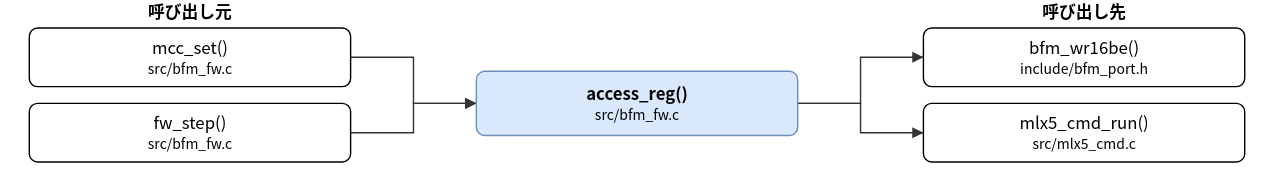
Before: doc/spec/images/call_src_bfm_fw-access_reg.drawio.svg, a diagram exported from draw.io (hf355051012-ai/bfmem). Source tidied: cells renumbered, new cells last; positions are measured from the earlier drawing's top-left corner, leaving out a move shared by most shapes. Its diagram source:
```xml
<mxGraphModel>
  <root>
    <mxCell id="0" />
    <mxCell id="1" parent="0" />
    <mxCell id="2" value="access_reg()&lt;br&gt;&lt;font style=&quot;font-size:10px&quot;&gt;src/bfm_fw.c&lt;/font&gt;" style="rounded=1;whiteSpace=wrap;html=1;fillColor=#dae8fc;strokeColor=#6c8ebf;fontStyle=1;" parent="1" vertex="1">
      <mxGeometry x="320" y="51" width="230" height="46" as="geometry" />
    </mxCell>
    <mxCell id="3" value="mcc_set()&lt;br&gt;&lt;font style=&quot;font-size:10px&quot;&gt;src/bfm_fw.c&lt;/font&gt;" style="rounded=1;whiteSpace=wrap;html=1;" parent="1" vertex="1">
      <mxGeometry y="20" width="230" height="42" as="geometry" />
    </mxCell>
    <mxCell id="4" value="fw_step()&lt;br&gt;&lt;font style=&quot;font-size:10px&quot;&gt;src/bfm_fw.c&lt;/font&gt;" style="rounded=1;whiteSpace=wrap;html=1;" parent="1" vertex="1">
      <mxGeometry y="74" width="230" height="42" as="geometry" />
    </mxCell>
    <mxCell id="5" value="bfm_wr16be()&lt;br&gt;&lt;font style=&quot;font-size:10px&quot;&gt;include/bfm_port.h&lt;/font&gt;" style="rounded=1;whiteSpace=wrap;html=1;" parent="1" vertex="1">
      <mxGeometry x="640" y="20" width="230" height="42" as="geometry" />
    </mxCell>
    <mxCell id="6" value="mlx5_cmd_run()&lt;br&gt;&lt;font style=&quot;font-size:10px&quot;&gt;src/mlx5_cmd.c&lt;/font&gt;" style="rounded=1;whiteSpace=wrap;html=1;" parent="1" vertex="1">
      <mxGeometry x="640" y="74" width="230" height="42" as="geometry" />
    </mxCell>
    <mxCell id="7" style="edgeStyle=none;html=1;rounded=0;endArrow=block;endFill=1;exitX=1.0000;exitY=0.5000;exitDx=0;exitDy=0;exitPerimeter=0;entryX=0.0000;entryY=0.5000;entryDx=0;entryDy=0;entryPerimeter=0;" parent="1" edge="1" source="3" target="2">
      <mxGeometry relative="1" as="geometry">
        <Array as="points">
          <mxPoint x="275" y="41" />
          <mxPoint x="275" y="74" />
        </Array>
      </mxGeometry>
    </mxCell>
    <mxCell id="8" style="edgeStyle=none;html=1;rounded=0;endArrow=block;endFill=1;exitX=1.0000;exitY=0.5000;exitDx=0;exitDy=0;exitPerimeter=0;entryX=0.0000;entryY=0.5000;entryDx=0;entryDy=0;entryPerimeter=0;" parent="1" edge="1" source="4" target="2">
      <mxGeometry relative="1" as="geometry">
        <Array as="points">
          <mxPoint x="275" y="95" />
          <mxPoint x="275" y="74" />
        </Array>
      </mxGeometry>
    </mxCell>
    <mxCell id="9" style="edgeStyle=none;html=1;rounded=0;endArrow=block;endFill=1;exitX=1.0000;exitY=0.5000;exitDx=0;exitDy=0;exitPerimeter=0;entryX=0.0000;entryY=0.5000;entryDx=0;entryDy=0;entryPerimeter=0;" parent="1" edge="1" source="2" target="5">
      <mxGeometry relative="1" as="geometry">
        <Array as="points">
          <mxPoint x="595" y="74" />
          <mxPoint x="595" y="41" />
        </Array>
      </mxGeometry>
    </mxCell>
    <mxCell id="10" style="edgeStyle=none;html=1;rounded=0;endArrow=block;endFill=1;exitX=1.0000;exitY=0.5000;exitDx=0;exitDy=0;exitPerimeter=0;entryX=0.0000;entryY=0.5000;entryDx=0;entryDy=0;entryPerimeter=0;" parent="1" edge="1" source="2" target="6">
      <mxGeometry relative="1" as="geometry">
        <Array as="points">
          <mxPoint x="595" y="74" />
          <mxPoint x="595" y="95" />
        </Array>
      </mxGeometry>
    </mxCell>
    <mxCell id="11" value="呼び出し元" style="text;html=1;align=center;fontStyle=1;" parent="1" vertex="1">
      <mxGeometry x="35" width="160" height="18" as="geometry" />
    </mxCell>
    <mxCell id="12" value="呼び出し先" style="text;html=1;align=center;fontStyle=1;" parent="1" vertex="1">
      <mxGeometry x="675" width="160" height="18" as="geometry" />
    </mxCell>
  </root>
</mxGraphModel>
```
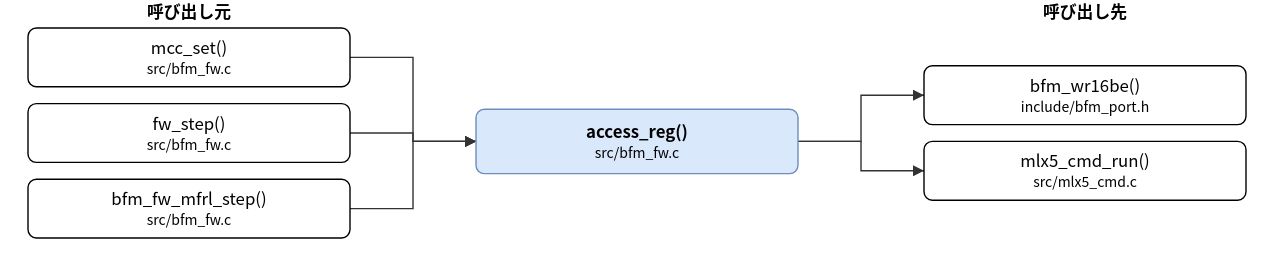
The same diagram one commit later.

What changed in the source:
```diff
@@ -3,7 +3,7 @@
     <mxCell id="0" />
     <mxCell id="1" parent="0" />
     <mxCell id="2" value="access_reg()&lt;br&gt;&lt;font style=&quot;font-size:10px&quot;&gt;src/bfm_fw.c&lt;/font&gt;" style="rounded=1;whiteSpace=wrap;html=1;fillColor=#dae8fc;strokeColor=#6c8ebf;fontStyle=1;" parent="1" vertex="1">
-      <mxGeometry x="320" y="51" width="230" height="46" as="geometry" />
+      <mxGeometry x="320" y="78" width="230" height="46" as="geometry" />
     </mxCell>
     <mxCell id="3" value="mcc_set()&lt;br&gt;&lt;font style=&quot;font-size:10px&quot;&gt;src/bfm_fw.c&lt;/font&gt;" style="rounded=1;whiteSpace=wrap;html=1;" parent="1" vertex="1">
       <mxGeometry y="20" width="230" height="42" as="geometry" />
@@ -11,17 +11,20 @@
     <mxCell id="4" value="fw_step()&lt;br&gt;&lt;font style=&quot;font-size:10px&quot;&gt;src/bfm_fw.c&lt;/font&gt;" style="rounded=1;whiteSpace=wrap;html=1;" parent="1" vertex="1">
       <mxGeometry y="74" width="230" height="42" as="geometry" />
     </mxCell>
+    <mxCell id="13" value="bfm_fw_mfrl_step()&lt;br&gt;&lt;font style=&quot;font-size:10px&quot;&gt;src/bfm_fw.c&lt;/font&gt;" style="rounded=1;whiteSpace=wrap;html=1;" parent="1" vertex="1">
+      <mxGeometry y="128" width="230" height="42" as="geometry" />
+    </mxCell>
     <mxCell id="5" value="bfm_wr16be()&lt;br&gt;&lt;font style=&quot;font-size:10px&quot;&gt;include/bfm_port.h&lt;/font&gt;" style="rounded=1;whiteSpace=wrap;html=1;" parent="1" vertex="1">
-      <mxGeometry x="640" y="20" width="230" height="42" as="geometry" />
+      <mxGeometry x="640" y="47" width="230" height="42" as="geometry" />
     </mxCell>
     <mxCell id="6" value="mlx5_cmd_run()&lt;br&gt;&lt;font style=&quot;font-size:10px&quot;&gt;src/mlx5_cmd.c&lt;/font&gt;" style="rounded=1;whiteSpace=wrap;html=1;" parent="1" vertex="1">
-      <mxGeometry x="640" y="74" width="230" height="42" as="geometry" />
+      <mxGeometry x="640" y="101" width="230" height="42" as="geometry" />
     </mxCell>
     <mxCell id="7" style="edgeStyle=none;html=1;rounded=0;endArrow=block;endFill=1;exitX=1.0000;exitY=0.5000;exitDx=0;exitDy=0;exitPerimeter=0;entryX=0.0000;entryY=0.5000;entryDx=0;entryDy=0;entryPerimeter=0;" parent="1" edge="1" source="3" target="2">
       <mxGeometry relative="1" as="geometry">
         <Array as="points">
           <mxPoint x="275" y="41" />
-          <mxPoint x="275" y="74" />
+          <mxPoint x="275" y="101" />
         </Array>
       </mxGeometry>
     </mxCell>
@@ -29,26 +32,34 @@
       <mxGeometry relative="1" as="geometry">
         <Array as="points">
           <mxPoint x="275" y="95" />
-          <mxPoint x="275" y="74" />
+          <mxPoint x="275" y="101" />
         </Array>
       </mxGeometry>
     </mxCell>
-    <mxCell id="9" style="edgeStyle=none;html=1;rounded=0;endArrow=block;endFill=1;exitX=1.0000;exitY=0.5000;exitDx=0;exitDy=0;exitPerimeter=0;entryX=0.0000;entryY=0.5000;entryDx=0;entryDy=0;entryPerimeter=0;" parent="1" edge="1" source="2" target="5">
+    <mxCell id="9" style="edgeStyle=none;html=1;rounded=0;endArrow=block;endFill=1;exitX=1.0000;exitY=0.5000;exitDx=0;exitDy=0;exitPerimeter=0;entryX=0.0000;entryY=0.5000;entryDx=0;entryDy=0;entryPerimeter=0;" parent="1" edge="1" source="13" target="2">
       <mxGeometry relative="1" as="geometry">
         <Array as="points">
-          <mxPoint x="595" y="74" />
-          <mxPoint x="595" y="41" />
+          <mxPoint x="275" y="149" />
+          <mxPoint x="275" y="101" />
         </Array>
       </mxGeometry>
     </mxCell>
-    <mxCell id="10" style="edgeStyle=none;html=1;rounded=0;endArrow=block;endFill=1;exitX=1.0000;exitY=0.5000;exitDx=0;exitDy=0;exitPerimeter=0;entryX=0.0000;entryY=0.5000;entryDx=0;entryDy=0;entryPerimeter=0;" parent="1" edge="1" source="2" target="6">
+    <mxCell id="10" style="edgeStyle=none;html=1;rounded=0;endArrow=block;endFill=1;exitX=1.0000;exitY=0.5000;exitDx=0;exitDy=0;exitPerimeter=0;entryX=0.0000;entryY=0.5000;entryDx=0;entryDy=0;entryPerimeter=0;" parent="1" edge="1" source="2" target="5">
       <mxGeometry relative="1" as="geometry">
         <Array as="points">
-          <mxPoint x="595" y="74" />
-          <mxPoint x="595" y="95" />
+          <mxPoint x="595" y="101" />
+          <mxPoint x="595" y="68" />
         </Array>
       </mxGeometry>
     </mxCell>
+    <mxCell id="14" style="edgeStyle=none;html=1;rounded=0;endArrow=block;endFill=1;exitX=1.0000;exitY=0.5000;exitDx=0;exitDy=0;exitPerimeter=0;entryX=0.0000;entryY=0.5000;entryDx=0;entryDy=0;entryPerimeter=0;" parent="1" edge="1" source="2" target="6">
+      <mxGeometry relative="1" as="geometry">
+        <Array as="points">
+          <mxPoint x="595" y="101" />
+          <mxPoint x="595" y="122" />
+        </Array>
+      </mxGeometry>
+    </mxCell>
     <mxCell id="11" value="呼び出し元" style="text;html=1;align=center;fontStyle=1;" parent="1" vertex="1">
       <mxGeometry x="35" width="160" height="18" as="geometry" />
     </mxCell>
```
